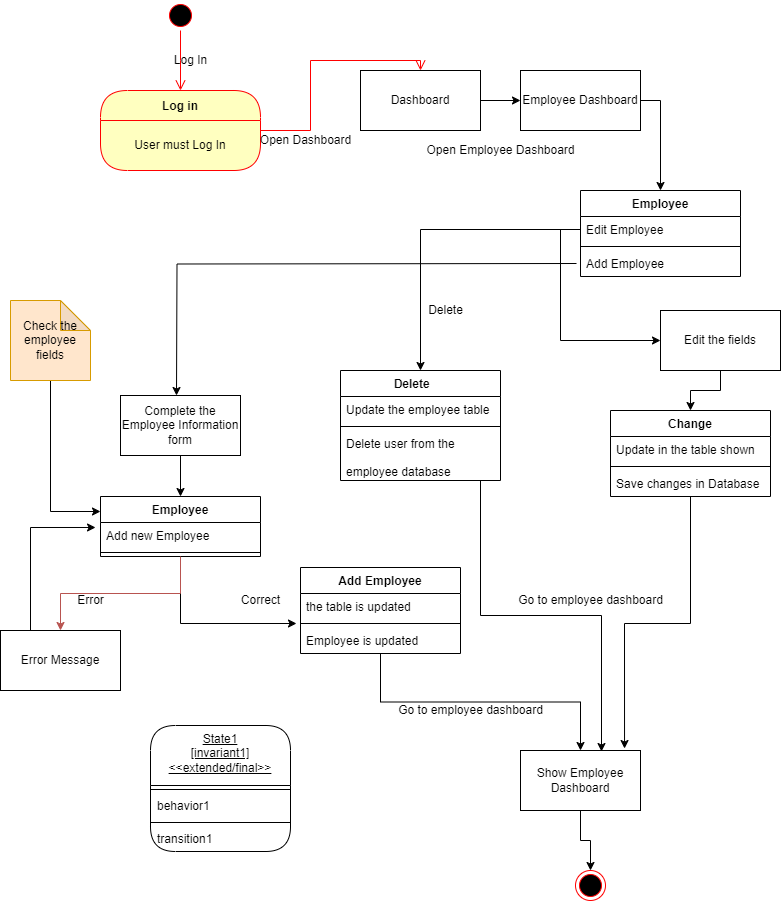
The draw.io diagram employeesState.drawio.png in Arisa-Ndreu/test, before a commit. Source tidied: cells renumbered, new cells last; positions are measured from the earlier drawing's top-left corner, leaving out a move shared by most shapes.
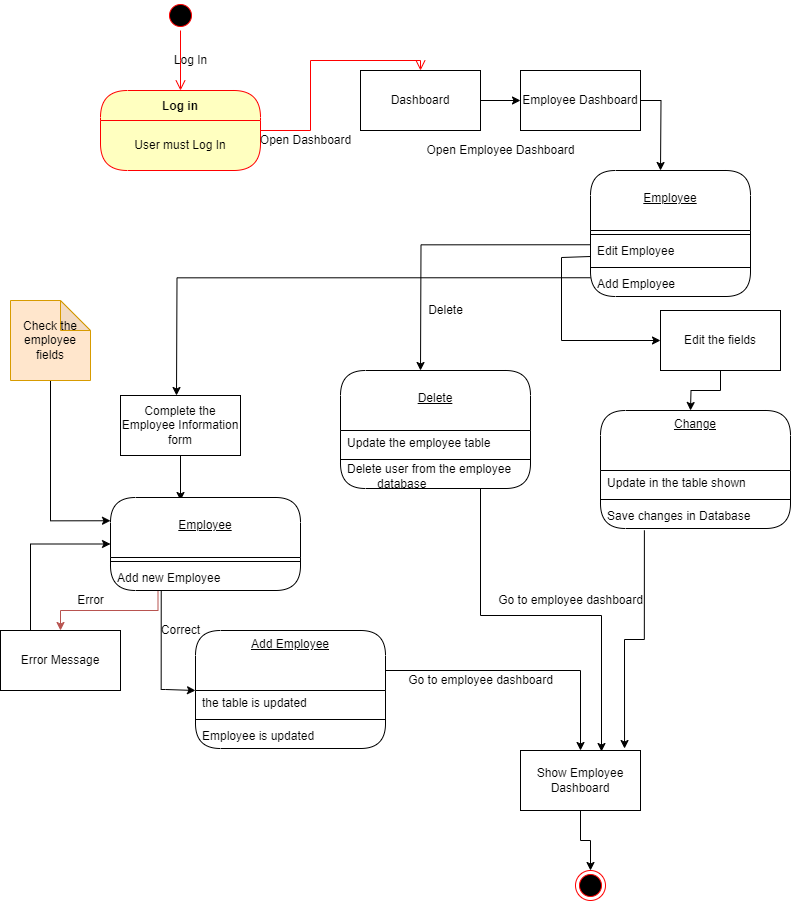
After the change.

The edit, as a diff of the source:
```diff
@@ -30,4 +30,6 @@
     </mxCell>
-    <mxCell id="10" style="edgeStyle=orthogonalEdgeStyle;rounded=0;jettySize=auto;html=1;exitX=1;exitY=0.5;exitDx=0;exitDy=0;entryX=0.5;entryY=0;entryDx=0;entryDy=0;" parent="1" edge="1" source="11" target="12">
-      <mxGeometry relative="1" as="geometry" />
+    <mxCell id="10" style="edgeStyle=orthogonalEdgeStyle;rounded=0;jettySize=auto;html=1;exitX=1;exitY=0.5;exitDx=0;exitDy=0;" parent="1" edge="1" source="11">
+      <mxGeometry relative="1" as="geometry">
+        <mxPoint x="660" y="170" as="targetPoint" />
+      </mxGeometry>
     </mxCell>
@@ -36,16 +38,6 @@
     </mxCell>
-    <mxCell id="12" value="Employee" style="swimlane;fontStyle=1;align=center;verticalAlign=top;horizontal=1;startSize=26;" parent="1" vertex="1">
-      <mxGeometry x="580" y="190" width="160" height="86" as="geometry" />
-    </mxCell>
-    <mxCell id="13" value="Edit Employee" style="text;strokeColor=none;fillColor=none;align=left;verticalAlign=top;spacingLeft=4;spacingRight=4;overflow=hidden;points=[[0,0.5],[1,0.5]];portConstraint=eastwest;" parent="12" vertex="1">
-      <mxGeometry y="26" width="160" height="26" as="geometry" />
-    </mxCell>
-    <mxCell id="14" style="line;strokeWidth=1;fillColor=none;align=left;verticalAlign=middle;spacingTop=-1;spacingLeft=3;spacingRight=3;labelPosition=right;" parent="12" vertex="1">
-      <mxGeometry y="52" width="160" height="8" as="geometry" />
-    </mxCell>
-    <mxCell id="15" value="Add Employee" style="text;strokeColor=none;fillColor=none;align=left;verticalAlign=top;spacingLeft=4;spacingRight=4;overflow=hidden;" parent="12" vertex="1">
-      <mxGeometry y="60" width="160" height="26" as="geometry" />
-    </mxCell>
-    <mxCell id="16" style="edgeStyle=orthogonalEdgeStyle;rounded=0;jettySize=auto;html=1;exitX=0.5;exitY=1;exitDx=0;exitDy=0;entryX=0.5;entryY=0;entryDx=0;entryDy=0;" parent="1" edge="1" source="17" target="19">
-      <mxGeometry relative="1" as="geometry" />
+    <mxCell id="16" style="edgeStyle=orthogonalEdgeStyle;rounded=0;jettySize=auto;html=1;exitX=0.5;exitY=1;exitDx=0;exitDy=0;entryX=0.5;entryY=0;entryDx=0;entryDy=0;" parent="1" edge="1" source="17">
+      <mxGeometry relative="1" as="geometry">
+        <mxPoint x="690" y="410" as="targetPoint" />
+      </mxGeometry>
     </mxCell>
@@ -54,21 +46,8 @@
     </mxCell>
-    <mxCell id="18" style="edgeStyle=orthogonalEdgeStyle;rounded=0;jettySize=auto;html=1;exitX=0.5;exitY=1;exitDx=0;exitDy=0;entryX=0.867;entryY=-0.033;entryDx=0;entryDy=0;entryPerimeter=0;strokeColor=#000000;" parent="1" edge="1" source="19" target="41">
+    <mxCell id="18" style="edgeStyle=orthogonalEdgeStyle;rounded=0;jettySize=auto;html=1;entryX=0.867;entryY=-0.033;entryDx=0;entryDy=0;entryPerimeter=0;strokeColor=#000000;exitX=0.231;exitY=1.073;exitDx=0;exitDy=0;exitPerimeter=0;" parent="1" edge="1" source="22" target="41">
       <mxGeometry relative="1" as="geometry" />
     </mxCell>
-    <mxCell id="19" value="Change" style="swimlane;fontStyle=1;align=center;verticalAlign=top;horizontal=1;startSize=26;" parent="1" vertex="1">
-      <mxGeometry x="610" y="410" width="160" height="86" as="geometry" />
-    </mxCell>
-    <mxCell id="20" value="Update in the table shown" style="text;strokeColor=none;fillColor=none;align=left;verticalAlign=top;spacingLeft=4;spacingRight=4;overflow=hidden;" parent="19" vertex="1">
-      <mxGeometry y="26" width="160" height="26" as="geometry" />
-    </mxCell>
-    <mxCell id="21" style="line;strokeWidth=1;fillColor=none;align=left;verticalAlign=middle;spacingTop=-1;spacingLeft=3;spacingRight=3;labelPosition=right;" parent="19" vertex="1">
-      <mxGeometry y="52" width="160" height="8" as="geometry" />
-    </mxCell>
-    <mxCell id="22" value="Save changes in Database" style="text;strokeColor=none;fillColor=none;align=left;verticalAlign=top;spacingLeft=4;spacingRight=4;overflow=hidden;points=[[0,0.5],[1,0.5]];portConstraint=eastwest;" parent="19" vertex="1">
-      <mxGeometry y="60" width="160" height="26" as="geometry" />
-    </mxCell>
-    <mxCell id="23" style="edgeStyle=orthogonalEdgeStyle;rounded=0;jettySize=auto;html=1;exitX=0.5;exitY=1;exitDx=0;exitDy=0;entryX=0.675;entryY=0.017;entryDx=0;entryDy=0;entryPerimeter=0;strokeColor=#000000;" parent="1" edge="1" source="24" target="41">
+    <mxCell id="23" style="edgeStyle=orthogonalEdgeStyle;rounded=0;jettySize=auto;html=1;entryX=0.675;entryY=0.017;entryDx=0;entryDy=0;entryPerimeter=0;strokeColor=#000000;" parent="1" edge="1" source="27" target="41">
       <mxGeometry relative="1" as="geometry">
         <Array as="points">
-          <mxPoint x="480" y="480" />
           <mxPoint x="480" y="615" />
@@ -78,16 +57,6 @@
     </mxCell>
-    <mxCell id="24" value="Delete      " style="swimlane;fontStyle=1;align=center;verticalAlign=top;horizontal=1;startSize=26;" parent="1" vertex="1">
-      <mxGeometry x="340" y="370" width="160" height="110" as="geometry" />
-    </mxCell>
-    <mxCell id="25" value="Update the employee table" style="text;strokeColor=none;fillColor=none;align=left;verticalAlign=top;spacingLeft=4;spacingRight=4;overflow=hidden;" parent="24" vertex="1">
-      <mxGeometry y="26" width="160" height="26" as="geometry" />
-    </mxCell>
-    <mxCell id="26" style="line;strokeWidth=1;fillColor=none;align=left;verticalAlign=middle;spacingTop=-1;spacingLeft=3;spacingRight=3;labelPosition=right;" parent="24" vertex="1">
-      <mxGeometry y="52" width="160" height="8" as="geometry" />
-    </mxCell>
-    <mxCell id="27" value="Delete user from the &#10;&#10;employee database" style="text;strokeColor=none;fillColor=none;align=left;verticalAlign=top;spacingLeft=4;spacingRight=4;overflow=hidden;points=[[0,0.5],[1,0.5]];portConstraint=eastwest;" parent="24" vertex="1">
-      <mxGeometry y="60" width="160" height="50" as="geometry" />
-    </mxCell>
-    <mxCell id="28" style="edgeStyle=orthogonalEdgeStyle;rounded=0;jettySize=auto;html=1;exitX=0.5;exitY=1;exitDx=0;exitDy=0;entryX=0.5;entryY=0;entryDx=0;entryDy=0;" parent="1" edge="1" source="29" target="31">
-      <mxGeometry relative="1" as="geometry" />
+    <mxCell id="28" style="edgeStyle=orthogonalEdgeStyle;rounded=0;jettySize=auto;html=1;exitX=0.5;exitY=1;exitDx=0;exitDy=0;entryX=0.5;entryY=0;entryDx=0;entryDy=0;" parent="1" edge="1" source="29">
+      <mxGeometry relative="1" as="geometry">
+        <mxPoint x="180" y="500" as="targetPoint" />
+      </mxGeometry>
     </mxCell>
@@ -96,32 +65,17 @@
     </mxCell>
-    <mxCell id="30" style="edgeStyle=orthogonalEdgeStyle;rounded=0;jettySize=auto;html=1;exitX=0.5;exitY=1;exitDx=0;exitDy=0;entryX=-0.025;entryY=-0.154;entryDx=0;entryDy=0;entryPerimeter=0;" parent="1" edge="1" source="31" target="39">
-      <mxGeometry relative="1" as="geometry" />
+    <mxCell id="30" style="edgeStyle=orthogonalEdgeStyle;rounded=0;jettySize=auto;html=1;entryX=0;entryY=0.5;entryDx=0;entryDy=0;exitX=0.267;exitY=0.985;exitDx=0;exitDy=0;exitPerimeter=0;" parent="1" edge="1" source="32" target="64">
+      <mxGeometry relative="1" as="geometry">
+        <Array as="points">
+          <mxPoint x="161" y="689" />
+          <mxPoint x="165" y="689" />
+          <mxPoint x="195" y="690" />
+        </Array>
+      </mxGeometry>
     </mxCell>
-    <mxCell id="31" value="Employee" style="swimlane;fontStyle=1;align=center;verticalAlign=top;horizontal=1;startSize=26;" parent="1" vertex="1">
-      <mxGeometry x="100" y="496" width="160" height="60" as="geometry" />
-    </mxCell>
-    <mxCell id="32" value="Add new Employee" style="text;strokeColor=none;fillColor=none;align=left;verticalAlign=top;spacingLeft=4;spacingRight=4;overflow=hidden;points=[[0,0.5],[1,0.5]];portConstraint=eastwest;" parent="31" vertex="1">
-      <mxGeometry y="26" width="160" height="26" as="geometry" />
-    </mxCell>
-    <mxCell id="33" style="line;strokeWidth=1;fillColor=none;align=left;verticalAlign=middle;spacingTop=-1;spacingLeft=3;spacingRight=3;labelPosition=right;" parent="31" vertex="1">
-      <mxGeometry y="52" width="160" height="8" as="geometry" />
-    </mxCell>
-    <mxCell id="34" style="edgeStyle=orthogonalEdgeStyle;rounded=0;jettySize=auto;html=1;exitX=0.5;exitY=1;exitDx=0;exitDy=0;entryX=0.5;entryY=0;entryDx=0;entryDy=0;strokeColor=#B85450;" parent="1" edge="1" source="31" target="47">
+    <mxCell id="34" style="edgeStyle=orthogonalEdgeStyle;rounded=0;jettySize=auto;html=1;exitX=0.25;exitY=1;exitDx=0;exitDy=0;entryX=0.5;entryY=0;entryDx=0;entryDy=0;strokeColor=#B85450;" parent="1" edge="1" source="32" target="47">
       <mxGeometry relative="1" as="geometry" />
     </mxCell>
-    <mxCell id="35" style="edgeStyle=orthogonalEdgeStyle;rounded=0;jettySize=auto;html=1;exitX=0.5;exitY=1;exitDx=0;exitDy=0;strokeColor=#000000;" parent="1" edge="1" source="36" target="41">
+    <mxCell id="35" style="edgeStyle=orthogonalEdgeStyle;rounded=0;jettySize=auto;html=1;exitX=1;exitY=0;exitDx=0;exitDy=0;strokeColor=#000000;" parent="1" edge="1" source="37" target="41">
       <mxGeometry relative="1" as="geometry" />
     </mxCell>
-    <mxCell id="36" value="Add Employee" style="swimlane;fontStyle=1;align=center;verticalAlign=top;horizontal=1;startSize=26;" parent="1" vertex="1">
-      <mxGeometry x="300" y="567" width="160" height="86" as="geometry" />
-    </mxCell>
-    <mxCell id="37" value="the table is updated" style="text;strokeColor=none;fillColor=none;align=left;verticalAlign=top;spacingLeft=4;spacingRight=4;overflow=hidden;points=[[0,0.5],[1,0.5]];portConstraint=eastwest;" parent="36" vertex="1">
-      <mxGeometry y="26" width="160" height="26" as="geometry" />
-    </mxCell>
-    <mxCell id="38" style="line;strokeWidth=1;fillColor=none;align=left;verticalAlign=middle;spacingTop=-1;spacingLeft=3;spacingRight=3;labelPosition=right;" parent="36" vertex="1">
-      <mxGeometry y="52" width="160" height="8" as="geometry" />
-    </mxCell>
-    <mxCell id="39" value="Employee is updated" style="text;strokeColor=none;fillColor=none;align=left;verticalAlign=top;spacingLeft=4;spacingRight=4;overflow=hidden;points=[[0,0.5],[1,0.5]];portConstraint=eastwest;" parent="36" vertex="1">
-      <mxGeometry y="60" width="160" height="26" as="geometry" />
-    </mxCell>
     <mxCell id="40" style="edgeStyle=orthogonalEdgeStyle;rounded=0;jettySize=auto;html=1;" parent="1" edge="1" source="41" target="54">
@@ -141,5 +95,4 @@
     </mxCell>
-    <mxCell id="45" style="edgeStyle=orthogonalEdgeStyle;rounded=0;orthogonalLoop=1;jettySize=auto;html=1;exitX=0;exitY=0.5;exitDx=0;exitDy=0;entryX=0.5;entryY=0;entryDx=0;entryDy=0;" parent="1" edge="1">
+    <mxCell id="45" style="edgeStyle=orthogonalEdgeStyle;rounded=0;jettySize=auto;html=1;exitX=0;exitY=0.25;exitDx=0;exitDy=0;entryX=0.5;entryY=0;entryDx=0;entryDy=0;" parent="1" edge="1" source="61">
       <mxGeometry relative="1" as="geometry">
-        <mxPoint x="576" y="263" as="sourcePoint" />
         <mxPoint x="176" y="395" as="targetPoint" />
@@ -147,3 +100,3 @@
     </mxCell>
-    <mxCell id="46" style="edgeStyle=orthogonalEdgeStyle;rounded=0;jettySize=auto;html=1;exitX=0.25;exitY=0;exitDx=0;exitDy=0;entryX=-0.031;entryY=0.192;entryDx=0;entryDy=0;entryPerimeter=0;strokeColor=#000000;" parent="1" edge="1" source="47" target="32">
+    <mxCell id="46" style="edgeStyle=orthogonalEdgeStyle;rounded=0;jettySize=auto;html=1;exitX=0.25;exitY=0;exitDx=0;exitDy=0;entryX=0;entryY=0.5;entryDx=0;entryDy=0;strokeColor=#000000;" parent="1" edge="1" source="47" target="67">
       <mxGeometry relative="1" as="geometry" />
@@ -156,3 +109,3 @@
     </mxCell>
-    <mxCell id="49" style="edgeStyle=orthogonalEdgeStyle;rounded=0;jettySize=auto;html=1;exitX=0.5;exitY=1;exitDx=0;exitDy=0;exitPerimeter=0;entryX=0;entryY=0.25;entryDx=0;entryDy=0;" parent="1" edge="1" source="50" target="31">
+    <mxCell id="49" style="edgeStyle=orthogonalEdgeStyle;rounded=0;jettySize=auto;html=1;exitX=0.5;exitY=1;exitDx=0;exitDy=0;exitPerimeter=0;entryX=0;entryY=0.25;entryDx=0;entryDy=0;" parent="1" edge="1" source="50" target="67">
       <mxGeometry relative="1" as="geometry" />
@@ -163,9 +116,9 @@
     <mxCell id="51" value="Go to employee dashboard" style="text;html=1;align=center;verticalAlign=middle;strokeColor=none;fillColor=none;" parent="1" vertex="1">
-      <mxGeometry x="510" y="590" width="160" height="20" as="geometry" />
+      <mxGeometry x="490" y="590" width="160" height="20" as="geometry" />
     </mxCell>
     <mxCell id="52" value="Go to employee dashboard" style="text;html=1;align=center;verticalAlign=middle;strokeColor=none;fillColor=none;" parent="1" vertex="1">
-      <mxGeometry x="390" y="700" width="160" height="20" as="geometry" />
+      <mxGeometry x="400" y="670" width="160" height="20" as="geometry" />
     </mxCell>
     <mxCell id="53" value="&lt;div&gt;Correct&lt;/div&gt;" style="text;html=1;align=center;verticalAlign=middle;strokeColor=none;fillColor=none;" parent="1" vertex="1">
-      <mxGeometry x="230" y="590" width="60" height="20" as="geometry" />
+      <mxGeometry x="150" y="620" width="60" height="20" as="geometry" />
     </mxCell>
@@ -174,23 +127,77 @@
     </mxCell>
-    <mxCell id="55" style="edgeStyle=orthogonalEdgeStyle;rounded=0;jettySize=auto;html=1;exitX=0;exitY=0.5;exitDx=0;exitDy=0;entryX=0.5;entryY=0;entryDx=0;entryDy=0;" parent="1" edge="1" source="13" target="24">
-      <mxGeometry relative="1" as="geometry" />
+    <mxCell id="55" style="edgeStyle=orthogonalEdgeStyle;rounded=0;jettySize=auto;html=1;exitX=0;exitY=0.25;exitDx=0;exitDy=0;entryX=0.5;entryY=0;entryDx=0;entryDy=0;" parent="1" edge="1" source="59">
+      <mxGeometry relative="1" as="geometry">
+        <mxPoint x="420" y="370" as="targetPoint" />
+      </mxGeometry>
     </mxCell>
-    <mxCell id="56" style="edgeStyle=orthogonalEdgeStyle;rounded=0;jettySize=auto;html=1;exitX=0;exitY=0.5;exitDx=0;exitDy=0;entryX=0;entryY=0.5;entryDx=0;entryDy=0;" parent="1" edge="1" source="13" target="17">
-      <mxGeometry relative="1" as="geometry" />
-    </mxCell>
-    <mxCell id="57" value="State1&lt;br&gt;[invariant1]&lt;br&gt;&amp;lt;&amp;lt;extended/final&amp;gt;&amp;gt;" style="swimlane;fontStyle=4;align=center;verticalAlign=top;horizontal=1;startSize=60;html=1;rounded=1;absoluteArcSize=1;arcSize=50;whiteSpace=wrap;" parent="1" vertex="1">
-      <mxGeometry x="150" y="725" width="140" height="126" as="geometry" />
+    <mxCell id="57" value="&lt;br&gt;Employee" style="swimlane;fontStyle=4;align=center;verticalAlign=top;horizontal=1;startSize=60;html=1;rounded=1;absoluteArcSize=1;arcSize=50;whiteSpace=wrap;" parent="1" vertex="1">
+      <mxGeometry x="590" y="170" width="160" height="126" as="geometry" />
     </mxCell>
     <mxCell id="58" style="line;strokeWidth=1;fillColor=none;align=left;verticalAlign=middle;spacingTop=-1;spacingLeft=3;spacingRight=3;labelPosition=right;" parent="57" vertex="1">
-      <mxGeometry y="60" width="140" height="8" as="geometry" />
+      <mxGeometry y="60" width="160" height="8" as="geometry" />
     </mxCell>
-    <mxCell id="59" value="behavior1" style="fillColor=none;strokeColor=none;align=left;verticalAlign=middle;spacingLeft=5;whiteSpace=wrap;html=1;" parent="57" vertex="1">
-      <mxGeometry y="68" width="140" height="25" as="geometry" />
+    <mxCell id="59" value="Edit Employee" style="fillColor=none;strokeColor=none;align=left;verticalAlign=middle;spacingLeft=5;whiteSpace=wrap;html=1;" parent="57" vertex="1">
+      <mxGeometry y="68" width="160" height="25" as="geometry" />
     </mxCell>
     <mxCell id="60" style="line;strokeWidth=1;fillColor=none;align=left;verticalAlign=middle;spacingTop=-1;spacingLeft=3;spacingRight=3;labelPosition=right;" parent="57" vertex="1">
-      <mxGeometry y="93" width="140" height="8" as="geometry" />
+      <mxGeometry y="93" width="160" height="8" as="geometry" />
     </mxCell>
-    <mxCell id="61" value="transition1" style="fillColor=none;strokeColor=none;align=left;verticalAlign=middle;spacingLeft=5;whiteSpace=wrap;html=1;" parent="57" vertex="1">
-      <mxGeometry y="101" width="140" height="25" as="geometry" />
+    <mxCell id="61" value="Add Employee" style="fillColor=none;strokeColor=none;align=left;verticalAlign=middle;spacingLeft=5;whiteSpace=wrap;html=1;" parent="57" vertex="1">
+      <mxGeometry y="101" width="160" height="25" as="geometry" />
     </mxCell>
+    <mxCell id="62" style="edgeStyle=orthogonalEdgeStyle;rounded=0;jettySize=auto;html=1;exitX=0.5;exitY=1;exitDx=0;exitDy=0;entryX=0;entryY=0.5;entryDx=0;entryDy=0;" parent="1" edge="1" target="17">
+      <mxGeometry relative="1" as="geometry">
+        <mxPoint x="590" y="256" as="sourcePoint" />
+        <Array as="points">
+          <mxPoint x="590" y="257" />
+          <mxPoint x="561" y="257" />
+          <mxPoint x="561" y="340" />
+        </Array>
+      </mxGeometry>
+    </mxCell>
+    <mxCell id="24" value="&lt;br&gt;Delete" style="swimlane;fontStyle=4;align=center;verticalAlign=top;horizontal=1;startSize=60;html=1;rounded=1;absoluteArcSize=1;arcSize=50;whiteSpace=wrap;" parent="1" vertex="1">
+      <mxGeometry x="340" y="370" width="190" height="118" as="geometry" />
+    </mxCell>
+    <mxCell id="25" value="Update the employee table" style="fillColor=none;strokeColor=none;align=left;verticalAlign=middle;spacingLeft=5;whiteSpace=wrap;html=1;" parent="24" vertex="1">
+      <mxGeometry y="60" width="190" height="25" as="geometry" />
+    </mxCell>
+    <mxCell id="63" style="line;strokeWidth=1;fillColor=none;align=left;verticalAlign=middle;spacingTop=-1;spacingLeft=3;spacingRight=3;labelPosition=right;" parent="24" vertex="1">
+      <mxGeometry y="85" width="190" height="8" as="geometry" />
+    </mxCell>
+    <mxCell id="27" value="Delete user from the&amp;nbsp;&lt;span style=&quot;&quot;&gt;employee&amp;nbsp; &amp;nbsp; &amp;nbsp; &amp;nbsp; &amp;nbsp; &amp;nbsp; &amp;nbsp; &amp;nbsp;database&lt;/span&gt;" style="fillColor=none;strokeColor=none;align=left;verticalAlign=middle;spacingLeft=5;whiteSpace=wrap;html=1;" parent="24" vertex="1">
+      <mxGeometry y="93" width="190" height="25" as="geometry" />
+    </mxCell>
+    <mxCell id="64" value="Add Employee" style="swimlane;fontStyle=4;align=center;verticalAlign=top;horizontal=1;startSize=60;html=1;rounded=1;absoluteArcSize=1;arcSize=50;whiteSpace=wrap;" parent="1" vertex="1">
+      <mxGeometry x="195" y="630" width="190" height="118" as="geometry" />
+    </mxCell>
+    <mxCell id="37" value="the table is updated" style="fillColor=none;strokeColor=none;align=left;verticalAlign=middle;spacingLeft=5;whiteSpace=wrap;html=1;" parent="64" vertex="1">
+      <mxGeometry y="60" width="190" height="25" as="geometry" />
+    </mxCell>
+    <mxCell id="65" style="line;strokeWidth=1;fillColor=none;align=left;verticalAlign=middle;spacingTop=-1;spacingLeft=3;spacingRight=3;labelPosition=right;" parent="64" vertex="1">
+      <mxGeometry y="85" width="190" height="8" as="geometry" />
+    </mxCell>
+    <mxCell id="39" value="Employee is updated" style="fillColor=none;strokeColor=none;align=left;verticalAlign=middle;spacingLeft=5;whiteSpace=wrap;html=1;" parent="64" vertex="1">
+      <mxGeometry y="93" width="190" height="25" as="geometry" />
+    </mxCell>
+    <mxCell id="19" value="Change" style="swimlane;fontStyle=4;align=center;verticalAlign=top;horizontal=1;startSize=60;html=1;rounded=1;absoluteArcSize=1;arcSize=50;whiteSpace=wrap;" parent="1" vertex="1">
+      <mxGeometry x="600" y="410" width="190" height="118" as="geometry" />
+    </mxCell>
+    <mxCell id="20" value="Update in the table shown" style="fillColor=none;strokeColor=none;align=left;verticalAlign=middle;spacingLeft=5;whiteSpace=wrap;html=1;" parent="19" vertex="1">
+      <mxGeometry y="60" width="190" height="25" as="geometry" />
+    </mxCell>
+    <mxCell id="66" style="line;strokeWidth=1;fillColor=none;align=left;verticalAlign=middle;spacingTop=-1;spacingLeft=3;spacingRight=3;labelPosition=right;" parent="19" vertex="1">
+      <mxGeometry y="85" width="190" height="8" as="geometry" />
+    </mxCell>
+    <mxCell id="22" value="Save changes in Database" style="fillColor=none;strokeColor=none;align=left;verticalAlign=middle;spacingLeft=5;whiteSpace=wrap;html=1;" parent="19" vertex="1">
+      <mxGeometry y="93" width="190" height="25" as="geometry" />
+    </mxCell>
+    <mxCell id="67" value="&lt;br&gt;Employee" style="swimlane;fontStyle=4;align=center;verticalAlign=top;horizontal=1;startSize=60;html=1;rounded=1;absoluteArcSize=1;arcSize=50;whiteSpace=wrap;" parent="1" vertex="1">
+      <mxGeometry x="110" y="497" width="190" height="93" as="geometry" />
+    </mxCell>
+    <mxCell id="68" style="line;strokeWidth=1;fillColor=none;align=left;verticalAlign=middle;spacingTop=-1;spacingLeft=3;spacingRight=3;labelPosition=right;" parent="67" vertex="1">
+      <mxGeometry y="60" width="190" height="8" as="geometry" />
+    </mxCell>
+    <mxCell id="32" value="Add new Employee" style="fillColor=none;strokeColor=none;align=left;verticalAlign=middle;spacingLeft=5;whiteSpace=wrap;html=1;" parent="67" vertex="1">
+      <mxGeometry y="68" width="190" height="25" as="geometry" />
+    </mxCell>
   </root>
```
